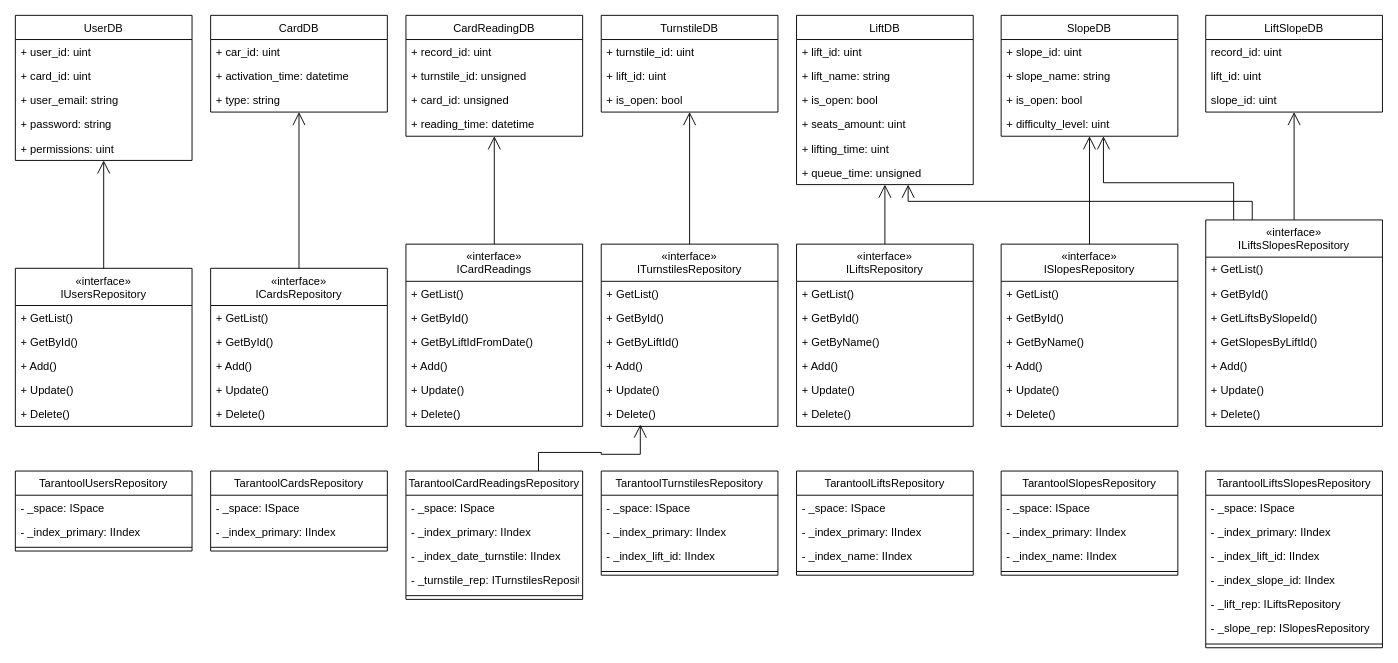
This is docs/imgs/uml/data_access.drawio from alena-zayts/BMSTU_6sem_software_design, a draw.io file, before an edit. Source tidied: cells renumbered, new cells numbered last; positions are measured from the earlier drawing's top-left corner, leaving out a move shared by most shapes. Both pictures are drawn from the tidied source at 93%, with x=0, y=0 at pixel (15, 15).
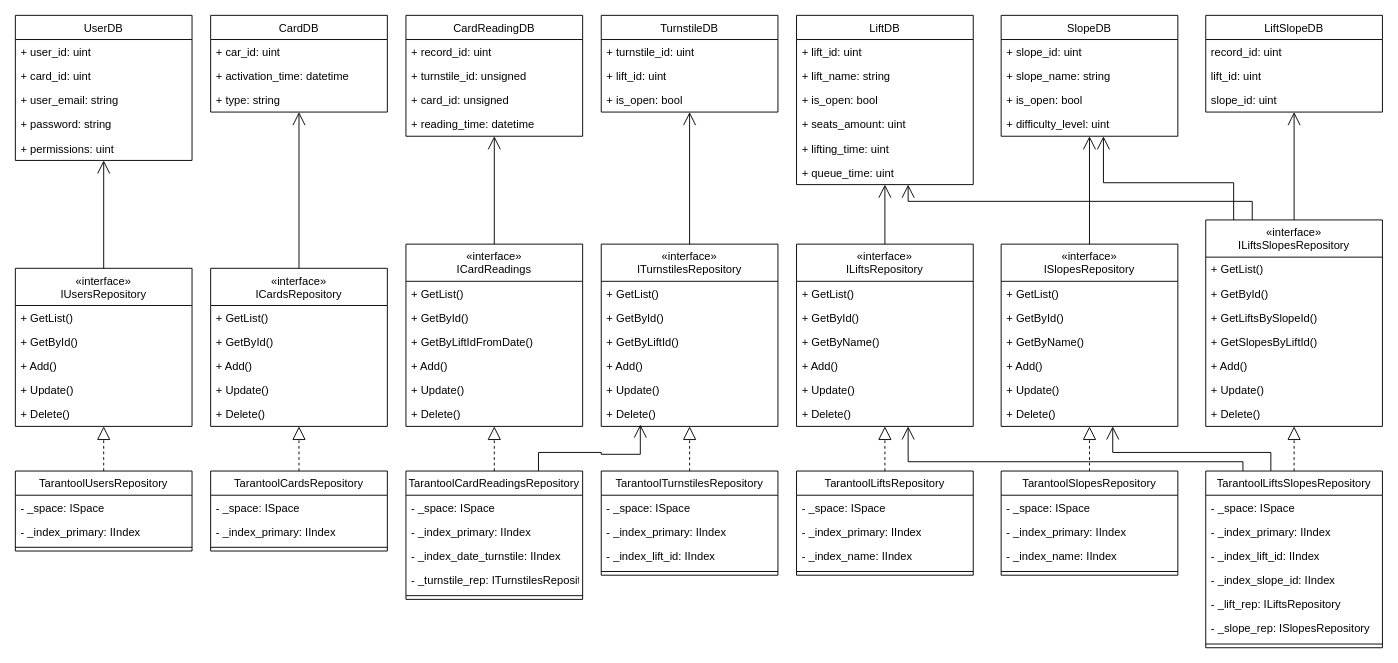
After the change.

Unchanged cells that the change refers to:
```xml
<mxCell id="21" value="LiftDB" style="swimlane;fontStyle=0;horizontal=1;startSize=26;fillColor=none;" parent="1" vertex="1">
  <mxGeometry x="840" width="190" height="182" as="geometry" />
</mxCell>
<mxCell id="37" value="«interface»&#10;IUsersRepository" style="swimlane;fontStyle=0;horizontal=1;startSize=40;fillColor=none;" parent="1" vertex="1">
  <mxGeometry y="272" width="190" height="170" as="geometry" />
</mxCell>
<mxCell id="44" value="«interface»&#10;ICardsRepository" style="swimlane;fontStyle=0;horizontal=1;startSize=40;fillColor=none;" parent="1" vertex="1">
  <mxGeometry x="210" y="272" width="190" height="170" as="geometry" />
</mxCell>
<mxCell id="50" value="«interface»&#10;ICardReadings" style="swimlane;fontStyle=0;horizontal=1;startSize=40;fillColor=none;" parent="1" vertex="1">
  <mxGeometry x="420" y="246" width="190" height="196" as="geometry" />
</mxCell>
<mxCell id="58" value="«interface»&#10;ITurnstilesRepository" style="swimlane;fontStyle=0;horizontal=1;startSize=40;fillColor=none;" parent="1" vertex="1">
  <mxGeometry x="630" y="246" width="190" height="196" as="geometry" />
</mxCell>
<mxCell id="66" value="«interface»&#10;ILiftsRepository" style="swimlane;fontStyle=0;horizontal=1;startSize=40;fillColor=none;" parent="1" vertex="1">
  <mxGeometry x="840" y="246" width="190" height="196" as="geometry" />
</mxCell>
<mxCell id="74" value="«interface»&#10;ISlopesRepository" style="swimlane;fontStyle=0;horizontal=1;startSize=40;fillColor=none;" parent="1" vertex="1">
  <mxGeometry x="1060" y="246" width="190" height="196" as="geometry" />
</mxCell>
<mxCell id="84" value="«interface»&#10;ILiftsSlopesRepository" style="swimlane;fontStyle=0;horizontal=1;startSize=40;fillColor=none;" parent="1" vertex="1">
  <mxGeometry x="1280" y="220" width="190" height="222" as="geometry" />
</mxCell>
<mxCell id="94" value="TarantoolUsersRepository" style="swimlane;fontStyle=0;align=center;verticalAlign=top;horizontal=1;startSize=26;" parent="1" vertex="1">
  <mxGeometry y="490" width="190" height="86" as="geometry" />
</mxCell>
<mxCell id="98" value="TarantoolCardsRepository" style="swimlane;fontStyle=0;align=center;verticalAlign=top;horizontal=1;startSize=26;" parent="1" vertex="1">
  <mxGeometry x="210" y="490" width="190" height="86" as="geometry" />
</mxCell>
<mxCell id="102" value="TarantoolCardReadingsRepository" style="swimlane;fontStyle=0;align=center;verticalAlign=top;horizontal=1;startSize=26;" parent="1" vertex="1">
  <mxGeometry x="420" y="490" width="190" height="138" as="geometry" />
</mxCell>
<mxCell id="108" value="TarantoolTurnstilesRepository" style="swimlane;fontStyle=0;align=center;verticalAlign=top;horizontal=1;startSize=26;" parent="1" vertex="1">
  <mxGeometry x="630" y="490" width="190" height="112" as="geometry" />
</mxCell>
<mxCell id="113" value="TarantoolLiftsRepository" style="swimlane;fontStyle=0;align=center;verticalAlign=top;horizontal=1;startSize=26;" parent="1" vertex="1">
  <mxGeometry x="840" y="490" width="190" height="112" as="geometry" />
</mxCell>
<mxCell id="119" value="TarantoolSlopesRepository" style="swimlane;fontStyle=0;align=center;verticalAlign=top;horizontal=1;startSize=26;" parent="1" vertex="1">
  <mxGeometry x="1060" y="490" width="190" height="112" as="geometry" />
</mxCell>
<mxCell id="124" value="TarantoolLiftsSlopesRepository" style="swimlane;fontStyle=0;align=center;verticalAlign=top;horizontal=1;startSize=26;" parent="1" vertex="1">
  <mxGeometry x="1280" y="490" width="190" height="190" as="geometry" />
</mxCell>
```

What changed in the source:
```diff
@@
-    <mxCell id="27" value="+ queue_time: unsigned" style="text;strokeColor=none;fillColor=none;align=left;verticalAlign=top;spacingLeft=4;spacingRight=4;overflow=hidden;" parent="21" vertex="1">
+    <mxCell id="27" value="+ queue_time: uint" style="text;strokeColor=none;fillColor=none;align=left;verticalAlign=top;spacingLeft=4;spacingRight=4;overflow=hidden;" parent="21" vertex="1">
       <mxGeometry y="156" width="190" height="26" as="geometry" />
     </mxCell>
@@
+    <mxCell id="132" style="edgeStyle=orthogonalEdgeStyle;rounded=0;jettySize=auto;html=1;endArrow=open;endFill=0;endSize=12;" parent="1" edge="1" source="124" target="66">
+      <mxGeometry relative="1" as="geometry">
+        <Array as="points">
+          <mxPoint x="1320" y="480" />
+          <mxPoint x="960" y="480" />
+        </Array>
+      </mxGeometry>
+    </mxCell>
+    <mxCell id="133" style="edgeStyle=orthogonalEdgeStyle;rounded=0;jettySize=auto;html=1;endArrow=open;endFill=0;endSize=12;" parent="1" edge="1" source="124" target="74">
+      <mxGeometry relative="1" as="geometry">
+        <Array as="points">
+          <mxPoint x="1350" y="470" />
+          <mxPoint x="1180" y="470" />
+        </Array>
+      </mxGeometry>
+    </mxCell>
@@
+    <mxCell id="134" style="endArrow=block;dashed=1;endFill=0;endSize=12;html=1;exitX=0.5;exitY=0;exitDx=0;exitDy=0;" parent="1" edge="1" source="94" target="37">
+      <mxGeometry relative="1" as="geometry" />
+    </mxCell>
+    <mxCell id="135" style="endArrow=block;dashed=1;endFill=0;endSize=12;html=1;exitX=0.5;exitY=0;exitDx=0;exitDy=0;" parent="1" edge="1" source="98" target="44">
+      <mxGeometry relative="1" as="geometry" />
+    </mxCell>
+    <mxCell id="136" style="endArrow=block;dashed=1;endFill=0;endSize=12;html=1;" parent="1" edge="1" source="102" target="50">
+      <mxGeometry relative="1" as="geometry" />
+    </mxCell>
+    <mxCell id="137" style="endArrow=block;dashed=1;endFill=0;endSize=12;html=1;" parent="1" edge="1" source="108" target="58">
+      <mxGeometry relative="1" as="geometry" />
+    </mxCell>
+    <mxCell id="138" style="endArrow=block;dashed=1;endFill=0;endSize=12;html=1;" parent="1" edge="1" source="113" target="66">
+      <mxGeometry relative="1" as="geometry" />
+    </mxCell>
+    <mxCell id="139" style="endArrow=block;dashed=1;endFill=0;endSize=12;html=1;" parent="1" edge="1" source="119" target="74">
+      <mxGeometry relative="1" as="geometry" />
+    </mxCell>
+    <mxCell id="140" style="endArrow=block;dashed=1;endFill=0;endSize=12;html=1;" parent="1" edge="1" source="124" target="84">
+      <mxGeometry relative="1" as="geometry" />
+    </mxCell>
```
